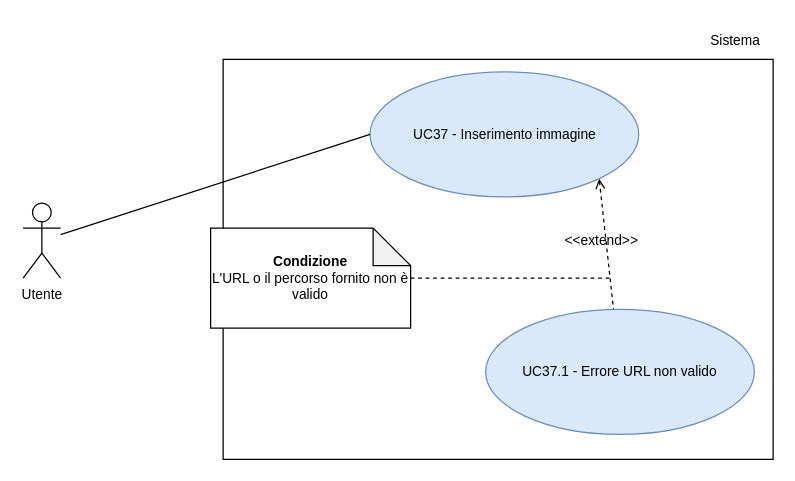
Above: RTB/doc_esterna/analisi-dei-requisiti/assets/draw.io/UC37.drawio in thebitless-group-swe/thebitless.github.io (draw.io), before the change. Source tidied: cells renumbered, new cells numbered last; positions are measured from the earlier drawing's top-left corner, leaving out a move shared by most shapes. Both pictures are drawn from the tidied source at 125%, with x=0, y=0 at pixel (22, 21).
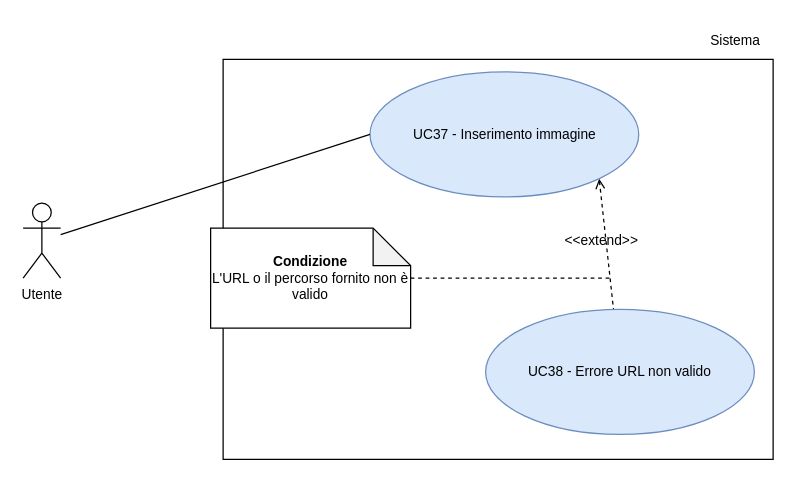
The same diagram, later.

What changed in the source:
```diff
@@
 <mxGraphModel>
   <root>
     <mxCell id="0" />
     <mxCell id="1" parent="0" />
     <mxCell id="2" style="rounded=0;whiteSpace=wrap;html=1;" parent="1" vertex="1">
       <mxGeometry x="160" y="30" width="440" height="320" as="geometry" />
     </mxCell>
     <mxCell id="3" style="rounded=0;jettySize=auto;html=1;exitX=1;exitY=1;exitDx=0;exitDy=0;dashed=1;startArrow=open;startFill=0;endArrow=none;endFill=0;" parent="1" edge="1" source="4" target="8">
       <mxGeometry relative="1" as="geometry" />
     </mxCell>
     <mxCell id="4" value="UC37 - Inserimento immagine" style="ellipse;whiteSpace=wrap;html=1;fillColor=#dae8fc;strokeColor=#6c8ebf;fontSize=11;" parent="1" vertex="1">
       <mxGeometry x="277.5" y="40" width="215" height="100" as="geometry" />
     </mxCell>
     <mxCell id="5" style="rounded=0;jettySize=auto;html=1;endArrow=none;endFill=0;entryX=0;entryY=0.5;entryDx=0;entryDy=0;" parent="1" edge="1" source="6" target="4">
       <mxGeometry relative="1" as="geometry" />
     </mxCell>
     <mxCell id="6" value="Utente" style="shape=umlActor;verticalLabelPosition=bottom;verticalAlign=top;html=1;outlineConnect=0;fontSize=11;" parent="1" vertex="1">
       <mxGeometry y="145" width="30" height="60" as="geometry" />
     </mxCell>
     <mxCell id="7" value="Sistema" style="text;html=1;whiteSpace=wrap;strokeColor=none;fillColor=none;align=center;verticalAlign=middle;rounded=0;fontSize=11;" parent="1" vertex="1">
       <mxGeometry x="540" width="60" height="30" as="geometry" />
     </mxCell>
-    <mxCell id="8" value="UC37.1 - Errore URL non valido" style="ellipse;whiteSpace=wrap;html=1;fillColor=#dae8fc;strokeColor=#6c8ebf;fontSize=11;" parent="1" vertex="1">
+    <mxCell id="8" value="UC38 - Errore URL non valido" style="ellipse;whiteSpace=wrap;html=1;fillColor=#dae8fc;strokeColor=#6c8ebf;fontSize=11;" parent="1" vertex="1">
       <mxGeometry x="370" y="230" width="215" height="100" as="geometry" />
     </mxCell>
     <mxCell id="9" style="edgeStyle=orthogonalEdgeStyle;rounded=0;jettySize=auto;html=1;endArrow=none;endFill=0;dashed=1;" parent="1" edge="1" source="10">
       <mxGeometry relative="1" as="geometry">
         <mxPoint x="470" y="205" as="targetPoint" />
       </mxGeometry>
     </mxCell>
     <mxCell id="10" value="&lt;b&gt;Condizione&lt;/b&gt;&lt;div&gt;L'URL o il percorso fornito non è valido&lt;/div&gt;" style="shape=note;whiteSpace=wrap;html=1;backgroundOutline=1;darkOpacity=0.05;fontSize=11;" parent="1" vertex="1">
       <mxGeometry x="150" y="165" width="160" height="80" as="geometry" />
     </mxCell>
     <mxCell id="11" value="&amp;lt;&amp;lt;extend&amp;gt;&amp;gt;" style="text;html=1;whiteSpace=wrap;strokeColor=none;fillColor=none;align=center;verticalAlign=middle;rounded=0;fontSize=11;" parent="1" vertex="1">
       <mxGeometry x="427.5" y="160" width="70" height="30" as="geometry" />
     </mxCell>
   </root>
 </mxGraphModel>
```
